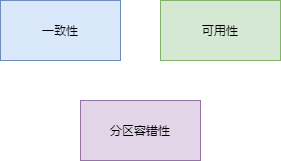
This is img/Kafka-HA-01.png from antonyw/coding-thinking, a draw.io export, as it was before one commit. Source tidied: cells renumbered, new cells last; positions are measured from the earlier drawing's top-left corner, leaving out a move shared by most shapes.
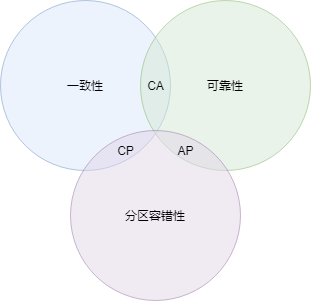
After the change.

The edit, as a diff of the source:
```diff
@@ -2,14 +2,23 @@
   <root>
     <mxCell id="0" />
     <mxCell id="1" parent="0" />
-    <mxCell id="2" value="一致性" style="rounded=0;whiteSpace=wrap;html=1;fillColor=#dae8fc;strokeColor=#6c8ebf;" parent="1" vertex="1">
-      <mxGeometry width="120" height="60" as="geometry" />
+    <mxCell id="2" value="一致性" style="ellipse;whiteSpace=wrap;html=1;opacity=50;fillColor=#dae8fc;strokeColor=#6c8ebf;" parent="1" vertex="1">
+      <mxGeometry x="-30" y="-20" width="170" height="170" as="geometry" />
     </mxCell>
-    <mxCell id="3" value="可用性&lt;span style=&quot;color: rgba(0 , 0 , 0 , 0) ; font-family: monospace ; font-size: 0px&quot;&gt;%3CmxGraphModel%3E%3Croot%3E%3CmxCell%20id%3D%220%22%2F%3E%3CmxCell%20id%3D%221%22%20parent%3D%220%22%2F%3E%3CmxCell%20id%3D%222%22%20value%3D%22%E5%8F%AF%E9%9D%A0%E6%80%A7%22%20style%3D%22rounded%3D0%3BwhiteSpace%3Dwrap%3Bhtml%3D1%3B%22%20vertex%3D%221%22%20parent%3D%221%22%3E%3CmxGeometry%20x%3D%2250%22%20y%3D%2250%22%20width%3D%22120%22%20height%3D%2260%22%20as%3D%22geometry%22%2F%3E%3C%2FmxCell%3E%3C%2Froot%3E%3C%2FmxGraphModel%3E&lt;/span&gt;" style="rounded=0;whiteSpace=wrap;html=1;fillColor=#d5e8d4;strokeColor=#82b366;" parent="1" vertex="1">
-      <mxGeometry x="160" width="120" height="60" as="geometry" />
-    </mxCell>
+    <mxCell id="5" value="可靠性" style="ellipse;whiteSpace=wrap;html=1;opacity=50;fillColor=#d5e8d4;strokeColor=#82b366;" parent="1" vertex="1">
+      <mxGeometry x="110" y="-20" width="170" height="170" as="geometry" />
+    </mxCell>
-    <mxCell id="4" value="分区容错性" style="rounded=0;whiteSpace=wrap;html=1;fillColor=#e1d5e7;strokeColor=#9673a6;" parent="1" vertex="1">
-      <mxGeometry x="80" y="100" width="120" height="60" as="geometry" />
+    <mxCell id="4" value="分区容错性" style="ellipse;whiteSpace=wrap;html=1;opacity=50;fillColor=#e1d5e7;strokeColor=#9673a6;" parent="1" vertex="1">
+      <mxGeometry x="40" y="110" width="170" height="170" as="geometry" />
     </mxCell>
+    <mxCell id="6" value="CA" style="text;html=1;align=center;verticalAlign=middle;fillColor=none;strokeColor=none;rounded=0;opacity=50;" parent="1" vertex="1">
+      <mxGeometry x="110" y="55" width="30" height="20" as="geometry" />
+    </mxCell>
+    <mxCell id="7" value="CP" style="text;html=1;align=center;verticalAlign=middle;fillColor=none;strokeColor=none;rounded=0;opacity=50;" parent="1" vertex="1">
+      <mxGeometry x="80" y="120" width="30" height="20" as="geometry" />
+    </mxCell>
+    <mxCell id="8" value="AP" style="text;html=1;align=center;verticalAlign=middle;fillColor=none;strokeColor=none;rounded=0;opacity=50;" parent="1" vertex="1">
+      <mxGeometry x="140" y="120" width="30" height="20" as="geometry" />
+    </mxCell>
   </root>
 </mxGraphModel>
```
